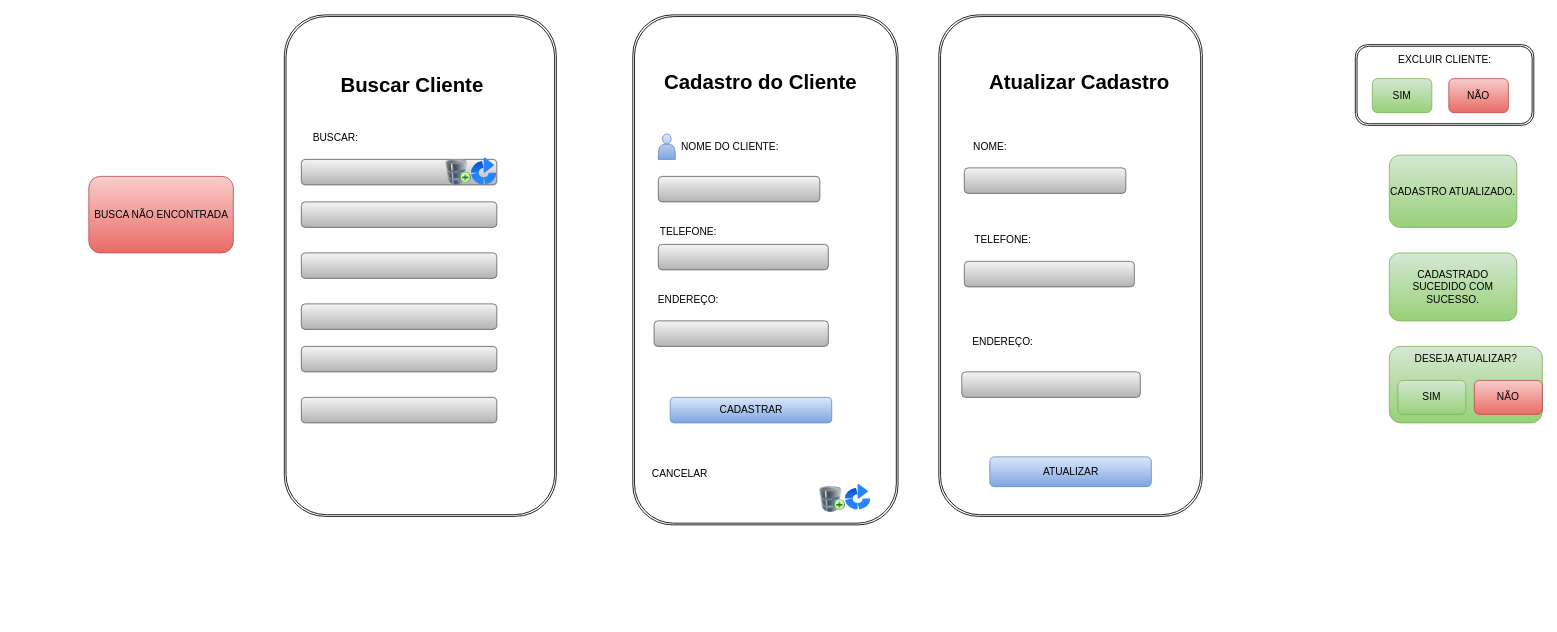
pati573022/avatarapp keeps this draw.io diagram as page "Página-1" (1 of 6) of doc/telas.drawio. Above is the earlier version. Source tidied: cells renumbered, new cells numbered last; positions are measured from the earlier drawing's top-left corner, leaving out a move shared by most shapes. Both pictures are drawn from the tidied source at 85%, with x=0, y=0 at pixel (20, 14).
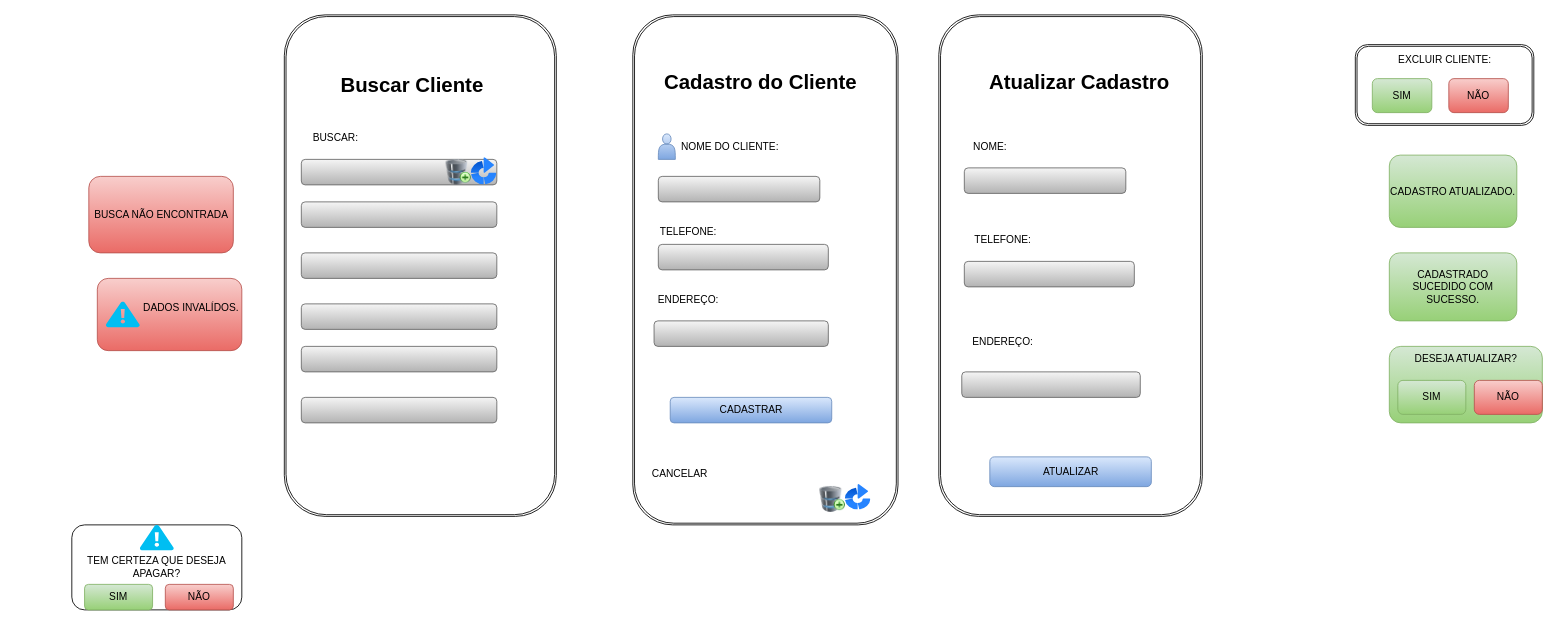
After the change.

The edit, as a diff of the source:
```diff
@@
+    <mxCell id="52" style="rounded=1;whiteSpace=wrap;html=1;fillColor=#f8cecc;gradientColor=#ea6b66;strokeColor=#b85450;" parent="1" vertex="1">
+      <mxGeometry x="90" y="310" width="170" height="85" as="geometry" />
+    </mxCell>
+    <mxCell id="53" style="verticalLabelPosition=bottom;html=1;verticalAlign=top;align=center;strokeColor=none;fillColor=#00BEF2;shape=mxgraph.azure.azure_alert;" parent="1" vertex="1">
+      <mxGeometry x="100" y="337.5" width="40" height="30" as="geometry" />
+    </mxCell>
+    <mxCell id="54" value="DADOS INVALÍDOS." style="text;html=1;align=center;verticalAlign=middle;strokeColor=none;fillColor=none;" parent="1" vertex="1">
+      <mxGeometry x="130" y="330" width="140" height="30" as="geometry" />
+    </mxCell>
+    <mxCell id="55" value="TEM CERTEZA QUE DESEJA APAGAR?" style="rounded=1;whiteSpace=wrap;html=1;" parent="1" vertex="1">
+      <mxGeometry x="60" y="600" width="200" height="100" as="geometry" />
+    </mxCell>
+    <mxCell id="56" style="verticalLabelPosition=bottom;html=1;verticalAlign=top;align=center;strokeColor=none;fillColor=#00BEF2;shape=mxgraph.azure.azure_alert;" parent="1" vertex="1">
+      <mxGeometry x="140" y="600" width="40" height="30" as="geometry" />
+    </mxCell>
+    <mxCell id="57" value="SIM" style="rounded=1;whiteSpace=wrap;html=1;fillColor=#d5e8d4;gradientColor=#97d077;strokeColor=#82b366;" parent="1" vertex="1">
+      <mxGeometry x="75" y="670" width="80" height="30" as="geometry" />
+    </mxCell>
+    <mxCell id="58" style="edgeStyle=orthogonalEdgeStyle;rounded=0;orthogonalLoop=1;jettySize=auto;html=1;exitX=0.5;exitY=1;exitDx=0;exitDy=0;" parent="1" edge="1" source="57" target="57">
+      <mxGeometry relative="1" as="geometry" />
+    </mxCell>
+    <mxCell id="59" value="NÃO" style="rounded=1;whiteSpace=wrap;html=1;fillColor=#f8cecc;gradientColor=#ea6b66;strokeColor=#b85450;" parent="1" vertex="1">
+      <mxGeometry x="170" y="670" width="80" height="30" as="geometry" />
+    </mxCell>
```
